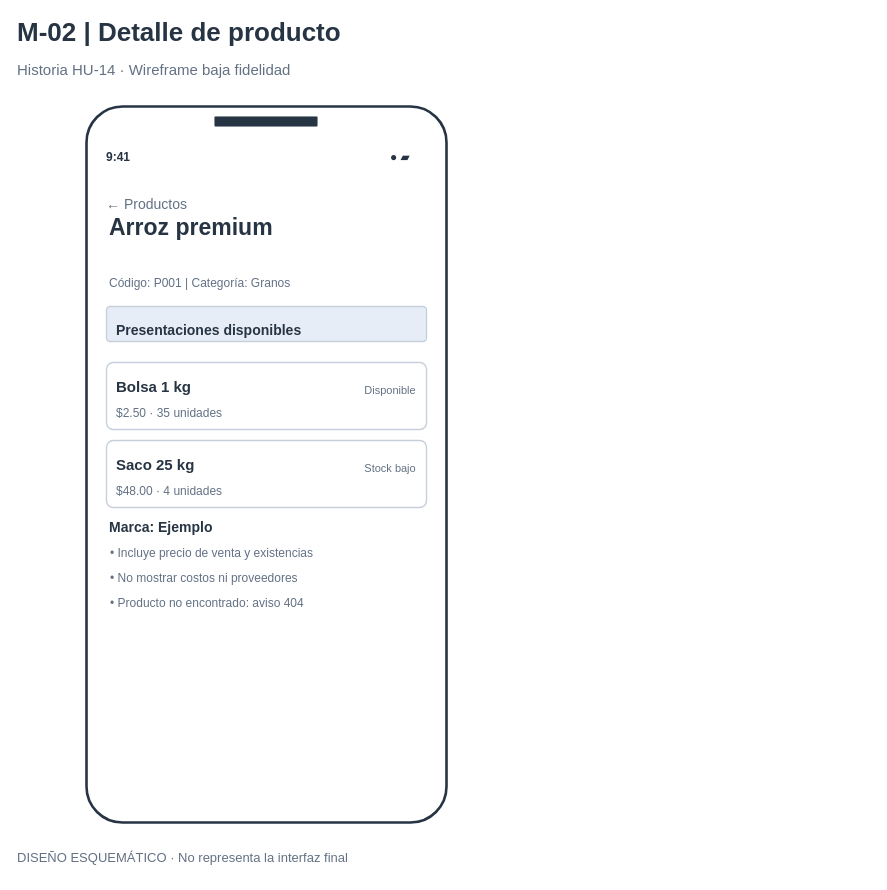
Before: page "M-02" (3 of 8) of 01-Documentacion/Wireframes/App/T03_Wireframes_y_Mapa.drawio in FactoryLabSV/Proyecto-final-dam-frameworks-agiles, a draw.io diagram. Source tidied: cells renumbered, new cells numbered last; positions are measured from the earlier drawing's top-left corner, leaving out a move shared by most shapes. Both pictures are drawn from the tidied source at 100%, with x=0, y=0 at pixel (17, 17).
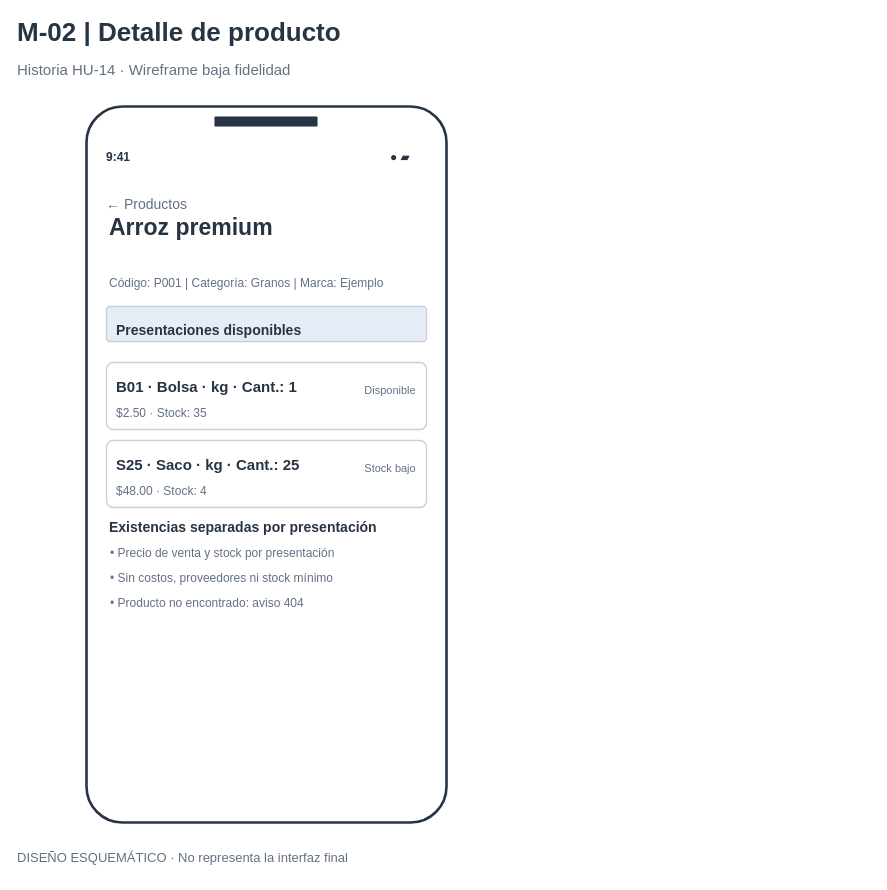
The same page after the edit.

Change to the diagram source:
```diff
@@
-    <mxCell id="11" value="Código: P001  |  Categoría: Granos" style="text;html=1;whiteSpace=wrap;strokeColor=none;fillColor=none;align=left;verticalAlign=middle;fontSize=12;fontStyle=0;fontColor=#637184;spacing=0;" parent="1" vertex="1">
+    <mxCell id="11" value="Código: P001 | Categoría: Granos | Marca: Ejemplo" style="text;html=1;whiteSpace=wrap;strokeColor=none;fillColor=none;align=left;verticalAlign=middle;fontSize=12;fontStyle=0;fontColor=#637184;spacing=0;" parent="1" vertex="1">
       <mxGeometry x="92" y="251" width="480" height="30" as="geometry" />
     </mxCell>
@@
-    <mxCell id="15" value="Bolsa 1 kg" style="text;html=1;whiteSpace=wrap;strokeColor=none;fillColor=none;align=left;verticalAlign=middle;fontSize=15;fontStyle=1;fontColor=#273444;spacing=0;" parent="1" vertex="1">
+    <mxCell id="15" value="B01 · Bolsa · kg · Cant.: 1" style="text;html=1;whiteSpace=wrap;strokeColor=none;fillColor=none;align=left;verticalAlign=middle;fontSize=15;fontStyle=1;fontColor=#273444;spacing=0;" parent="1" vertex="1">
       <mxGeometry x="99" y="354" width="480" height="30" as="geometry" />
     </mxCell>
-    <mxCell id="16" value="$2.50 · 35 unidades" style="text;html=1;whiteSpace=wrap;strokeColor=none;fillColor=none;align=left;verticalAlign=middle;fontSize=12;fontStyle=0;fontColor=#637184;spacing=0;" parent="1" vertex="1">
+    <mxCell id="16" value="$2.50 · Stock: 35" style="text;html=1;whiteSpace=wrap;strokeColor=none;fillColor=none;align=left;verticalAlign=middle;fontSize=12;fontStyle=0;fontColor=#637184;spacing=0;" parent="1" vertex="1">
       <mxGeometry x="99" y="381" width="480" height="30" as="geometry" />
     </mxCell>
@@
-    <mxCell id="19" value="Saco 25 kg" style="text;html=1;whiteSpace=wrap;strokeColor=none;fillColor=none;align=left;verticalAlign=middle;fontSize=15;fontStyle=1;fontColor=#273444;spacing=0;" parent="1" vertex="1">
+    <mxCell id="19" value="S25 · Saco · kg · Cant.: 25" style="text;html=1;whiteSpace=wrap;strokeColor=none;fillColor=none;align=left;verticalAlign=middle;fontSize=15;fontStyle=1;fontColor=#273444;spacing=0;" parent="1" vertex="1">
       <mxGeometry x="99" y="432" width="480" height="30" as="geometry" />
     </mxCell>
-    <mxCell id="20" value="$48.00 · 4 unidades" style="text;html=1;whiteSpace=wrap;strokeColor=none;fillColor=none;align=left;verticalAlign=middle;fontSize=12;fontStyle=0;fontColor=#637184;spacing=0;" parent="1" vertex="1">
+    <mxCell id="20" value="$48.00 · Stock: 4" style="text;html=1;whiteSpace=wrap;strokeColor=none;fillColor=none;align=left;verticalAlign=middle;fontSize=12;fontStyle=0;fontColor=#637184;spacing=0;" parent="1" vertex="1">
       <mxGeometry x="99" y="459" width="480" height="30" as="geometry" />
     </mxCell>
@@
-    <mxCell id="22" value="Marca: Ejemplo" style="text;html=1;whiteSpace=wrap;strokeColor=none;fillColor=none;align=left;verticalAlign=middle;fontSize=14;fontStyle=1;fontColor=#273444;spacing=0;" parent="1" vertex="1">
+    <mxCell id="22" value="Existencias separadas por presentación" style="text;html=1;whiteSpace=wrap;strokeColor=none;fillColor=none;align=left;verticalAlign=middle;fontSize=14;fontStyle=1;fontColor=#273444;spacing=0;" parent="1" vertex="1">
       <mxGeometry x="92" y="495" width="480" height="30" as="geometry" />
     </mxCell>
-    <mxCell id="23" value="• Incluye precio de venta y existencias" style="text;html=1;whiteSpace=wrap;strokeColor=none;fillColor=none;align=left;verticalAlign=middle;fontSize=12;fontStyle=0;fontColor=#637184;spacing=0;" parent="1" vertex="1">
+    <mxCell id="23" value="• Precio de venta y stock por presentación" style="text;html=1;whiteSpace=wrap;strokeColor=none;fillColor=none;align=left;verticalAlign=middle;fontSize=12;fontStyle=0;fontColor=#637184;spacing=0;" parent="1" vertex="1">
       <mxGeometry x="93" y="521" width="480" height="30" as="geometry" />
     </mxCell>
-    <mxCell id="24" value="• No mostrar costos ni proveedores" style="text;html=1;whiteSpace=wrap;strokeColor=none;fillColor=none;align=left;verticalAlign=middle;fontSize=12;fontStyle=0;fontColor=#637184;spacing=0;" parent="1" vertex="1">
+    <mxCell id="24" value="• Sin costos, proveedores ni stock mínimo" style="text;html=1;whiteSpace=wrap;strokeColor=none;fillColor=none;align=left;verticalAlign=middle;fontSize=12;fontStyle=0;fontColor=#637184;spacing=0;" parent="1" vertex="1">
       <mxGeometry x="93" y="546" width="480" height="30" as="geometry" />
     </mxCell>
```
